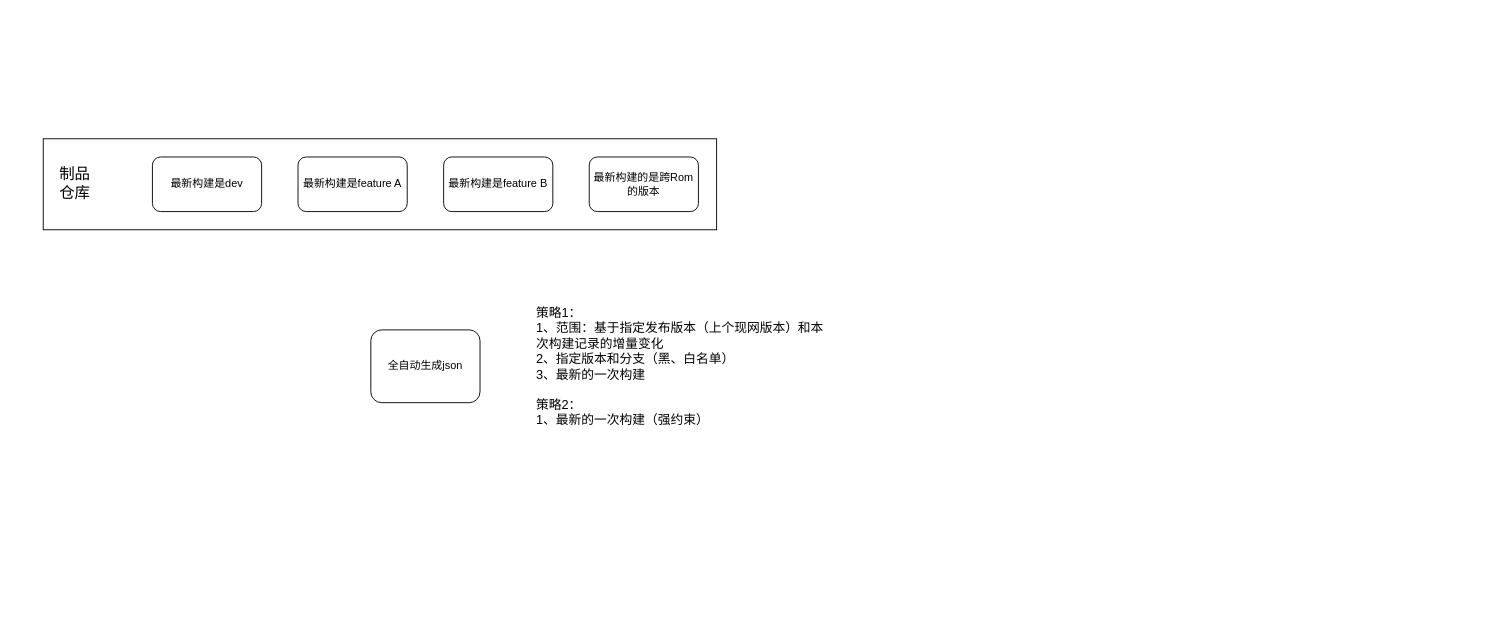
The draw.io diagram Untitled Diagram.drawio in walkwall/drawing, before the edit. Source tidied: cells renumbered, new cells numbered last; positions are measured from the earlier drawing's top-left corner, leaving out a move shared by most shapes. Both pictures are drawn from the tidied source at 91%, with x=0, y=0 at pixel (43, 138).
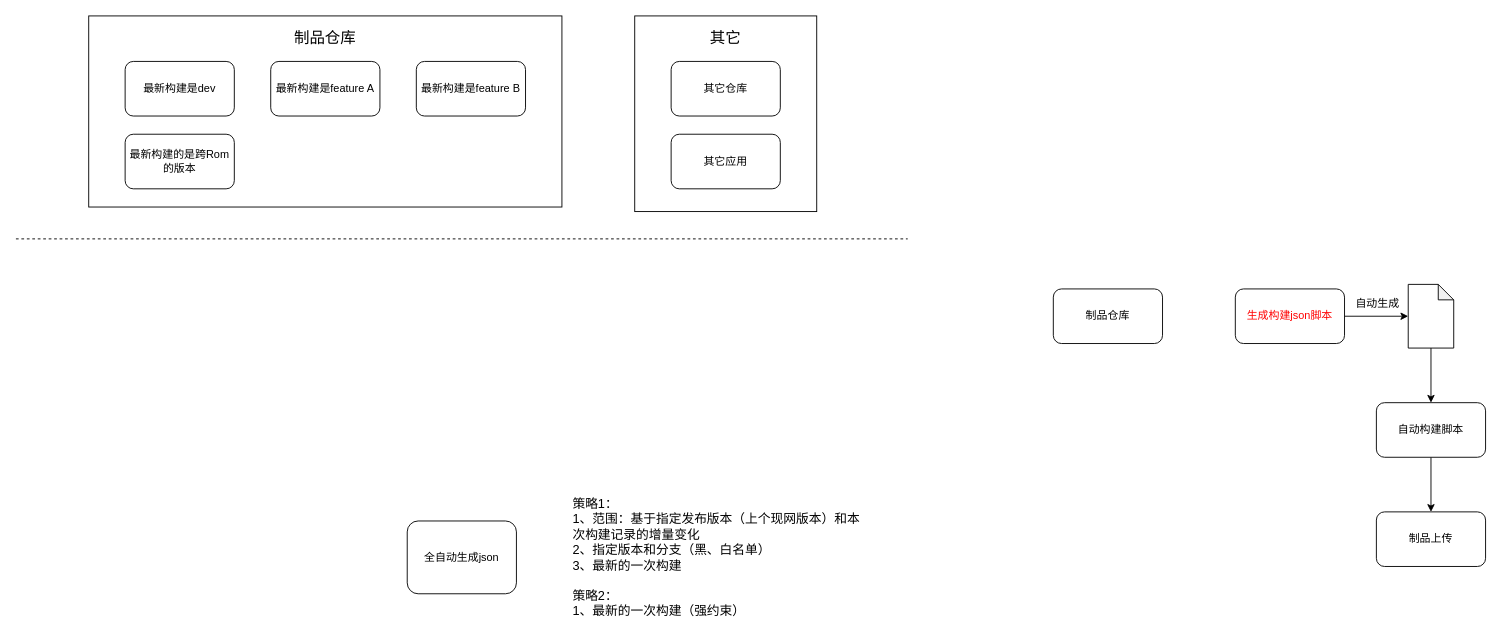
Above is the later version.

The edit, as a diff of the source:
```diff
@@
     <mxCell id="2" style="rounded=0;whiteSpace=wrap;html=1;" parent="1" vertex="1">
-      <mxGeometry width="740" height="100" as="geometry" />
+      <mxGeometry x="50" y="-135" width="520" height="210" as="geometry" />
     </mxCell>
     <mxCell id="3" value="最新构建是dev" style="rounded=1;whiteSpace=wrap;html=1;" parent="1" vertex="1">
-      <mxGeometry x="120" y="20" width="120" height="60" as="geometry" />
+      <mxGeometry x="90" y="-85" width="120" height="60" as="geometry" />
     </mxCell>
     <mxCell id="4" value="最新构建是feature A" style="rounded=1;whiteSpace=wrap;html=1;" parent="1" vertex="1">
-      <mxGeometry x="280" y="20" width="120" height="60" as="geometry" />
+      <mxGeometry x="250" y="-85" width="120" height="60" as="geometry" />
     </mxCell>
     <mxCell id="5" value="最新构建是feature B" style="rounded=1;whiteSpace=wrap;html=1;" parent="1" vertex="1">
-      <mxGeometry x="440" y="20" width="120" height="60" as="geometry" />
+      <mxGeometry x="410" y="-85" width="120" height="60" as="geometry" />
     </mxCell>
     <mxCell id="6" value="全自动生成json" style="rounded=1;whiteSpace=wrap;html=1;" parent="1" vertex="1">
-      <mxGeometry x="360" y="210" width="120" height="80" as="geometry" />
+      <mxGeometry x="400" y="420" width="120" height="80" as="geometry" />
     </mxCell>
+    <mxCell id="9" value="策略1：&lt;br&gt;1、范围：基于指定发布版本（上个现网版本）和本次构建记录的增量变化&lt;br style=&quot;font-size: 14px&quot;&gt;2、指定版本和分支（黑、白名单）&lt;br style=&quot;font-size: 14px&quot;&gt;3、最新的一次构建&lt;br&gt;&lt;br&gt;策略2：&lt;br&gt;1、最新的一次构建（强约束）" style="text;html=1;strokeColor=none;fillColor=none;align=left;verticalAlign=middle;whiteSpace=wrap;rounded=0;fontSize=14;" parent="1" vertex="1">
+      <mxGeometry x="580" y="390" width="320" height="140" as="geometry" />
+    </mxCell>
+    <mxCell id="10" style="endArrow=none;dashed=1;html=1;" parent="1" edge="1">
+      <mxGeometry relative="1" as="geometry">
+        <mxPoint x="-30" y="110" as="sourcePoint" />
+        <mxPoint x="950" y="110" as="targetPoint" />
+      </mxGeometry>
+    </mxCell>
+    <mxCell id="11" style="rounded=0;whiteSpace=wrap;html=1;" parent="1" vertex="1">
+      <mxGeometry x="650" y="-135" width="200" height="215" as="geometry" />
+    </mxCell>
+    <mxCell id="12" value="其它" style="text;html=1;strokeColor=none;fillColor=none;align=center;verticalAlign=middle;whiteSpace=wrap;rounded=0;fontSize=17;" parent="1" vertex="1">
+      <mxGeometry x="725" y="-125" width="50" height="30" as="geometry" />
+    </mxCell>
+    <mxCell id="13" value="其它仓库" style="rounded=1;whiteSpace=wrap;html=1;" parent="1" vertex="1">
+      <mxGeometry x="690" y="-85" width="120" height="60" as="geometry" />
+    </mxCell>
+    <mxCell id="14" value="其它应用" style="rounded=1;whiteSpace=wrap;html=1;" parent="1" vertex="1">
+      <mxGeometry x="690" y="-5" width="120" height="60" as="geometry" />
+    </mxCell>
+    <mxCell id="8" value="最新构建的是跨Rom的版本" style="rounded=1;whiteSpace=wrap;html=1;" parent="1" vertex="1">
+      <mxGeometry x="90" y="-5" width="120" height="60" as="geometry" />
+    </mxCell>
     <mxCell id="7" value="制品仓库" style="text;html=1;strokeColor=none;fillColor=none;align=center;verticalAlign=middle;whiteSpace=wrap;rounded=0;fontSize=17;" parent="1" vertex="1">
-      <mxGeometry x="10" y="35" width="50" height="30" as="geometry" />
+      <mxGeometry x="260" y="-125" width="100" height="30" as="geometry" />
     </mxCell>
-    <mxCell id="8" value="最新构建的是跨Rom的版本" style="rounded=1;whiteSpace=wrap;html=1;" parent="1" vertex="1">
-      <mxGeometry x="600" y="20" width="120" height="60" as="geometry" />
-    </mxCell>
-    <mxCell id="9" value="策略1：&lt;br&gt;1、范围：基于指定发布版本（上个现网版本）和本次构建记录的增量变化&lt;br style=&quot;font-size: 14px&quot;&gt;2、指定版本和分支（黑、白名单）&lt;br style=&quot;font-size: 14px&quot;&gt;3、最新的一次构建&lt;br&gt;&lt;br&gt;策略2：&lt;br&gt;1、最新的一次构建（强约束）" style="text;html=1;strokeColor=none;fillColor=none;align=left;verticalAlign=middle;whiteSpace=wrap;rounded=0;fontSize=14;" parent="1" vertex="1">
-      <mxGeometry x="540" y="180" width="320" height="140" as="geometry" />
-    </mxCell>
+    <mxCell id="15" style="edgeStyle=orthogonalEdgeStyle;rounded=0;jettySize=auto;html=1;" parent="1" edge="1" source="17" target="20">
+      <mxGeometry relative="1" as="geometry" />
+    </mxCell>
+    <mxCell id="16" value="自动生成" style="text;html=1;align=center;verticalAlign=middle;labelBackgroundColor=#ffffff;" parent="15" vertex="1">
+      <mxGeometry x="-0.17" relative="1" as="geometry">
+        <mxPoint x="6" y="-15" as="offset" />
+      </mxGeometry>
+    </mxCell>
+    <mxCell id="17" value="&lt;font color=&quot;#ff0000&quot;&gt;生成构建json脚本&lt;/font&gt;" style="rounded=1;whiteSpace=wrap;html=1;" parent="1" vertex="1">
+      <mxGeometry x="1310" y="165" width="120" height="60" as="geometry" />
+    </mxCell>
+    <mxCell id="18" value="制品仓库" style="rounded=1;whiteSpace=wrap;html=1;" parent="1" vertex="1">
+      <mxGeometry x="1110" y="165" width="120" height="60" as="geometry" />
+    </mxCell>
+    <mxCell id="19" style="edgeStyle=orthogonalEdgeStyle;rounded=0;jettySize=auto;html=1;" parent="1" edge="1" source="20" target="22">
+      <mxGeometry relative="1" as="geometry" />
+    </mxCell>
+    <mxCell id="20" style="shape=note;whiteSpace=wrap;html=1;backgroundOutline=1;darkOpacity=0.05;size=17;" parent="1" vertex="1">
+      <mxGeometry x="1500" y="160" width="50" height="70" as="geometry" />
+    </mxCell>
+    <mxCell id="21" style="edgeStyle=orthogonalEdgeStyle;rounded=0;jettySize=auto;html=1;" parent="1" edge="1" source="22" target="23">
+      <mxGeometry relative="1" as="geometry" />
+    </mxCell>
+    <mxCell id="22" value="自动构建脚本" style="rounded=1;whiteSpace=wrap;html=1;" parent="1" vertex="1">
+      <mxGeometry x="1465" y="290" width="120" height="60" as="geometry" />
+    </mxCell>
+    <mxCell id="23" value="制品上传" style="rounded=1;whiteSpace=wrap;html=1;" parent="1" vertex="1">
+      <mxGeometry x="1465" y="410" width="120" height="60" as="geometry" />
+    </mxCell>
```
